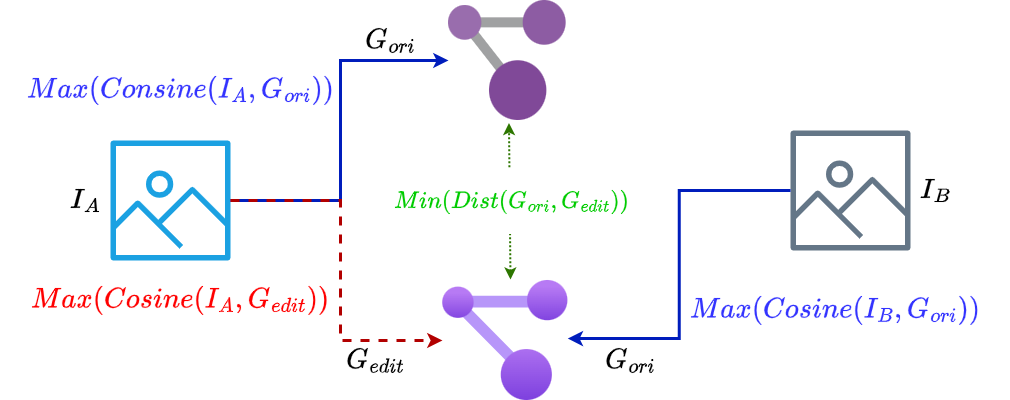
Earlier version of the draw.io export Images/CrossEncoder/idea2.png (PDD0911-HCMUS/SG-Retrieval). Source tidied: cells renumbered, new cells last; positions are measured from the earlier drawing's top-left corner, leaving out a move shared by most shapes.
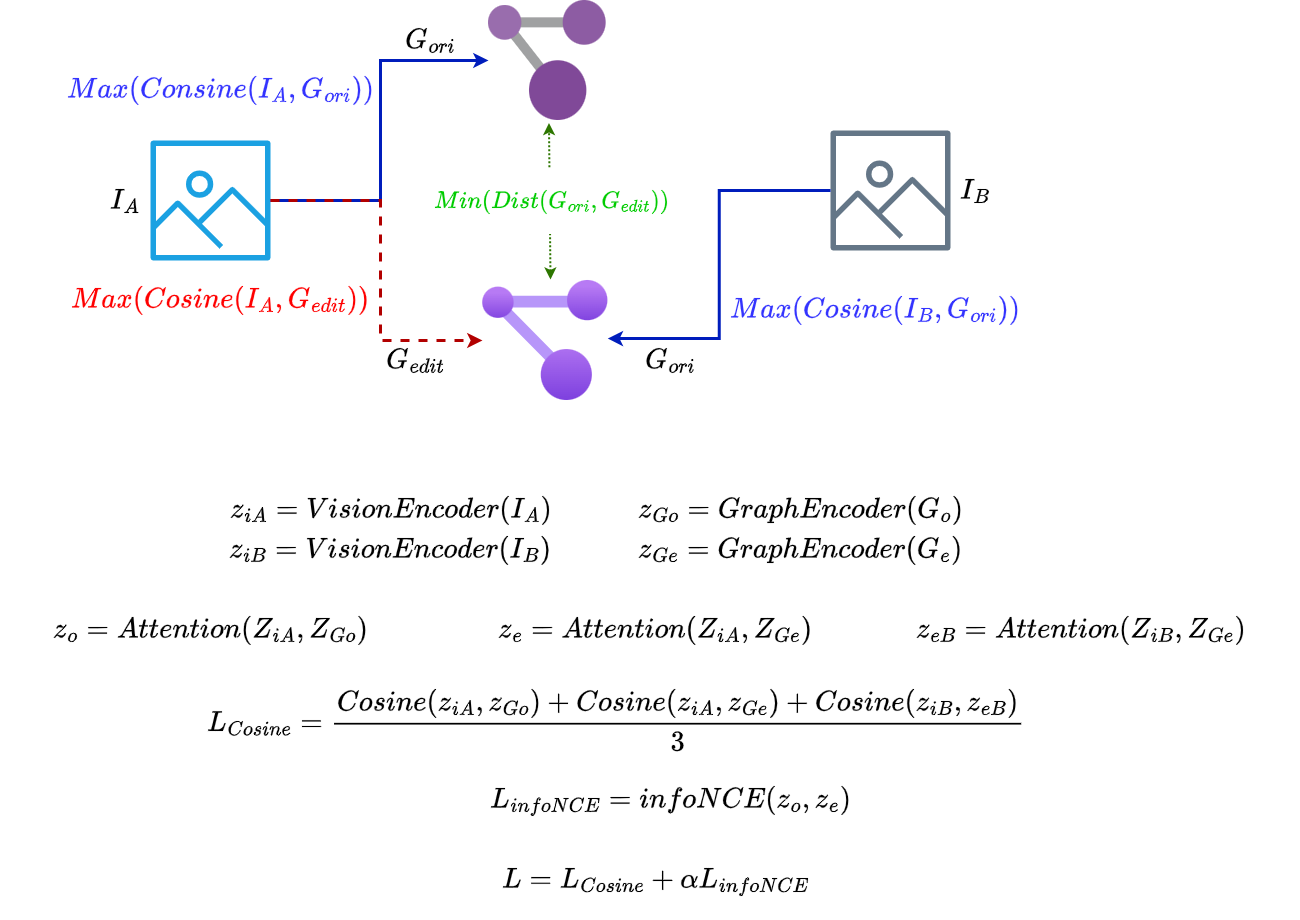
After the commit.

Diff of the diagram source:
```diff
@@ -67,5 +67,35 @@
     <mxCell id="18" value="$$I_B$$" style="text;html=1;align=center;verticalAlign=middle;strokeColor=none;fillColor=none;fontSize=24;" parent="1" vertex="1">
       <mxGeometry x="880" y="170" width="110" height="40" as="geometry" />
     </mxCell>
+    <mxCell id="19" value="&lt;span style=&quot;font-size: 24px;&quot;&gt;$$z_{iA} = VisionEncoder(I_A)$$&lt;/span&gt;" style="text;html=1;align=center;verticalAlign=middle;strokeColor=none;fillColor=none;fontColor=#000000;" parent="1" vertex="1">
+      <mxGeometry x="165" y="490" width="370" height="40" as="geometry" />
+    </mxCell>
+    <mxCell id="20" value="&lt;span style=&quot;font-size: 24px;&quot;&gt;$$z_{iB} = VisionEncoder(I_B)$$&lt;/span&gt;" style="text;html=1;align=center;verticalAlign=middle;strokeColor=none;fillColor=none;fontColor=#000000;" parent="1" vertex="1">
+      <mxGeometry x="165" y="530" width="370" height="40" as="geometry" />
+    </mxCell>
+    <mxCell id="21" value="&lt;span style=&quot;font-size: 24px;&quot;&gt;$$z_{Go} = GraphEncoder(G_o)$$&lt;/span&gt;" style="text;html=1;align=center;verticalAlign=middle;strokeColor=none;fillColor=none;fontColor=#000000;" parent="1" vertex="1">
+      <mxGeometry x="565" y="490" width="390" height="40" as="geometry" />
+    </mxCell>
+    <mxCell id="22" value="&lt;span style=&quot;font-size: 24px;&quot;&gt;$$z_{Ge} = GraphEncoder(G_e)$$&lt;/span&gt;" style="text;html=1;align=center;verticalAlign=middle;strokeColor=none;fillColor=none;fontColor=#000000;" parent="1" vertex="1">
+      <mxGeometry x="565" y="530" width="390" height="40" as="geometry" />
+    </mxCell>
+    <mxCell id="23" value="&lt;span style=&quot;font-size: 24px;&quot;&gt;$$z_{o} = Attention(Z_{iA}, Z_{Go})$$&lt;/span&gt;" style="text;html=1;align=center;verticalAlign=middle;strokeColor=none;fillColor=none;fontColor=#000000;" parent="1" vertex="1">
+      <mxGeometry x="-40" y="610" width="420" height="40" as="geometry" />
+    </mxCell>
+    <mxCell id="24" value="&lt;span style=&quot;font-size: 24px;&quot;&gt;$$z_{e} = Attention(Z_{iA}, Z_{Ge})$$&lt;/span&gt;" style="text;html=1;align=center;verticalAlign=middle;strokeColor=none;fillColor=none;fontColor=#000000;" parent="1" vertex="1">
+      <mxGeometry x="405" y="610" width="420" height="40" as="geometry" />
+    </mxCell>
+    <mxCell id="25" value="&lt;span style=&quot;font-size: 24px;&quot;&gt;$$z_{eB} = Attention(Z_{iB}, Z_{Ge})$$&lt;/span&gt;" style="text;html=1;align=center;verticalAlign=middle;strokeColor=none;fillColor=none;fontColor=#000000;" parent="1" vertex="1">
+      <mxGeometry x="820" y="610" width="440" height="40" as="geometry" />
+    </mxCell>
+    <mxCell id="26" value="&lt;span style=&quot;font-size: 24px;&quot;&gt;$$L_{Cosine} = \frac{Cosine(z_{iA}, z_{Go}) + Cosine(z_{iA},z_{Ge}) + Cosine(z_{iB},z_{eB})}{3}$$&lt;/span&gt;" style="text;html=1;align=center;verticalAlign=middle;strokeColor=none;fillColor=none;fontColor=#000000;" parent="1" vertex="1">
+      <mxGeometry x="40" y="700" width="1070" height="40" as="geometry" />
+    </mxCell>
+    <mxCell id="27" value="&lt;span style=&quot;font-size: 24px;&quot;&gt;$$L_{infoNCE} = infoNCE(z_o,z_e)$$&lt;/span&gt;" style="text;html=1;align=center;verticalAlign=middle;strokeColor=none;fillColor=none;fontColor=#000000;" parent="1" vertex="1">
+      <mxGeometry x="415" y="780" width="430" height="40" as="geometry" />
+    </mxCell>
+    <mxCell id="28" value="&lt;span style=&quot;font-size: 24px;&quot;&gt;$$L= L_{Cosine} + \alpha L_{infoNCE}$$&lt;/span&gt;" style="text;html=1;align=center;verticalAlign=middle;strokeColor=none;fillColor=none;fontColor=#000000;" parent="1" vertex="1">
+      <mxGeometry x="385" y="860" width="460" height="40" as="geometry" />
+    </mxCell>
   </root>
 </mxGraphModel>
```
